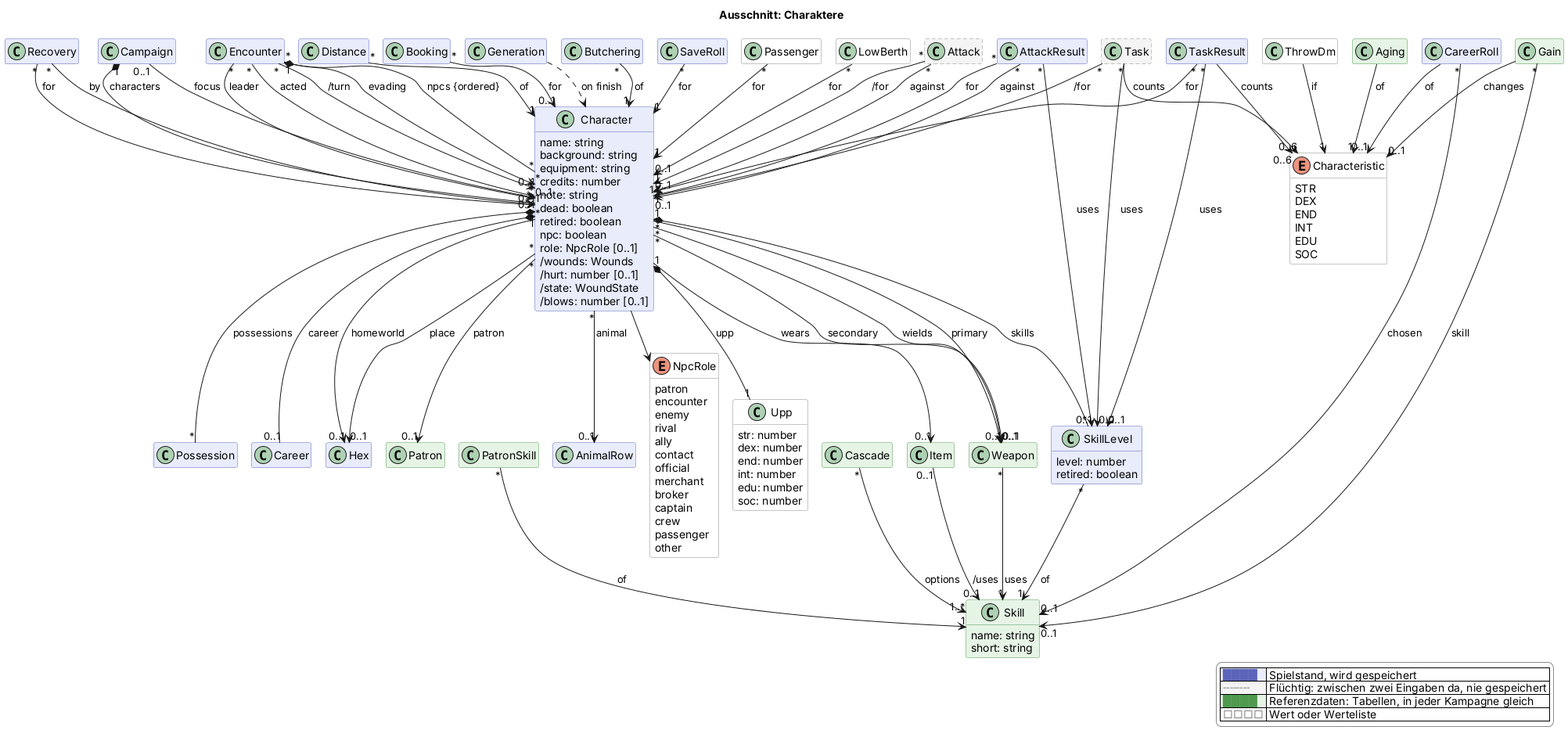
This is docs/views/charakter.png from scuzzar/SRE, a PlantUML export, as it was before one commit.
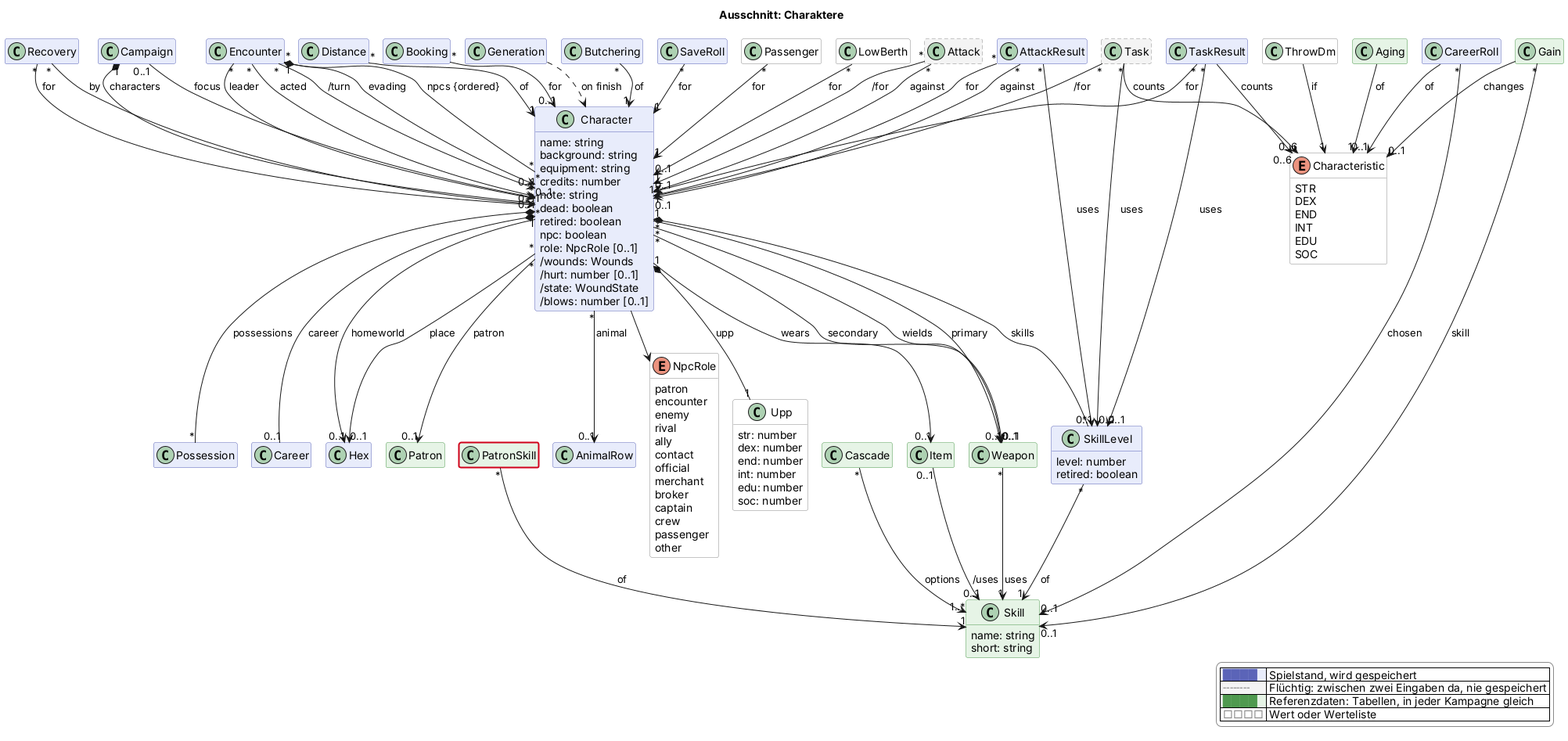
After the change.

Diff of the diagram source:
```diff
@@ -224,4 +224,5 @@
   |<#e6f4e6> <color:#4f9a4f>████</color> | Referenzdaten: Tabellen, in jeder Kampagne gleich |
   |<#ffffff> <color:#8a8a8a>□□□□</color> | Wert oder Werteliste |
 endlegend
+class PatronSkill #line:d0021b;line.bold
 @enduml
```
